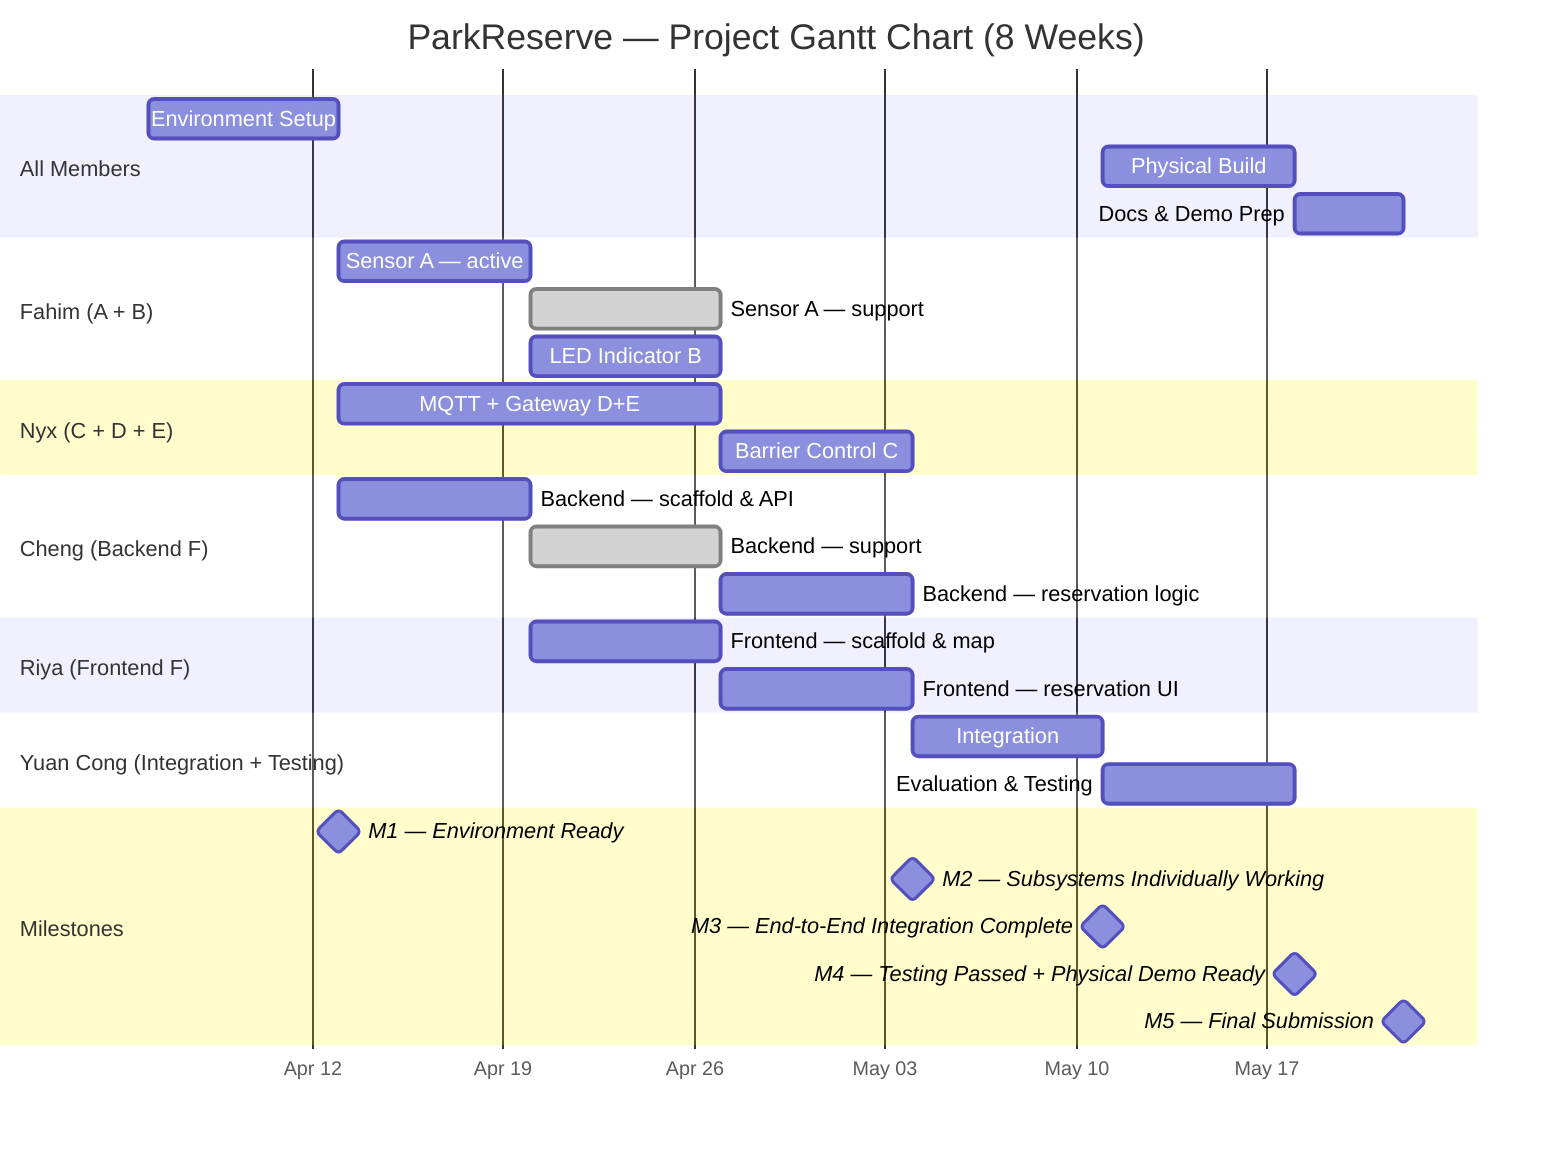
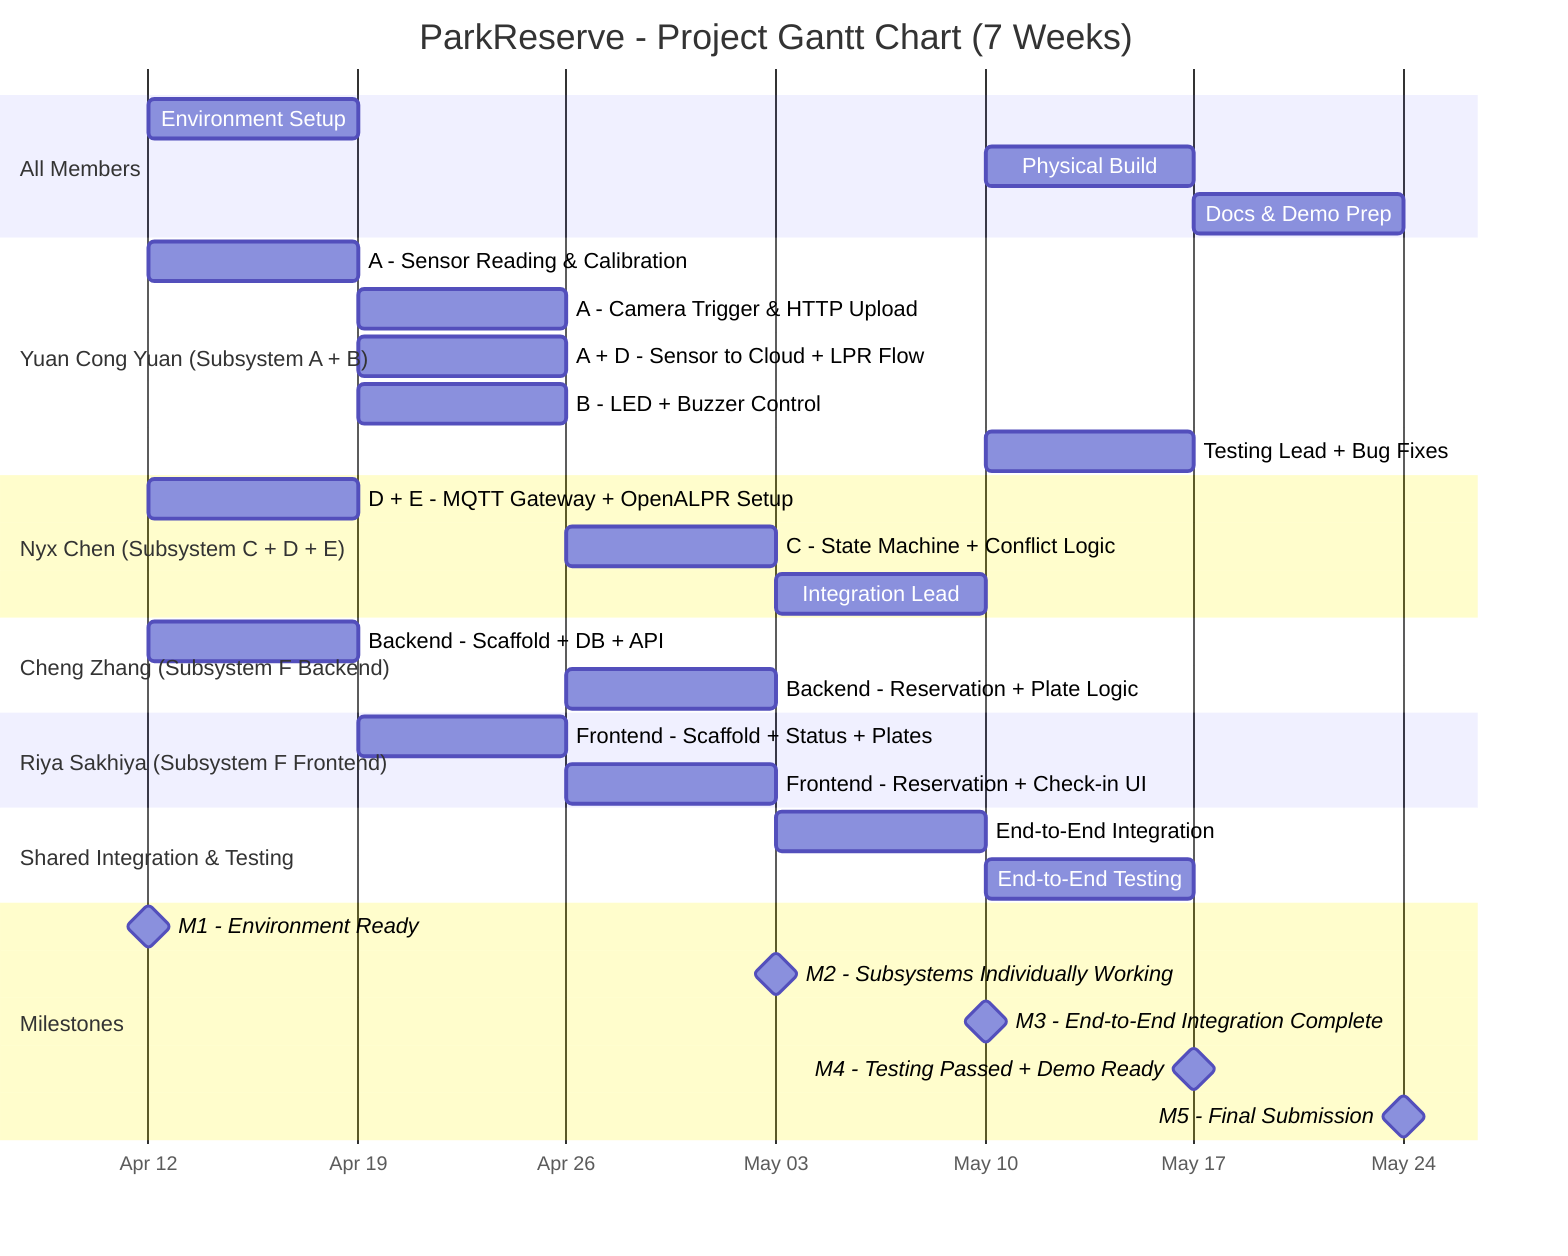
gantt
-     title ParkReserve — Project Gantt Chart (8 Weeks)
+     title ParkReserve - Project Gantt Chart (7 Weeks)
    dateFormat  YYYY-MM-DD
    axisFormat  %b %d
    tickInterval 1week

    section All Members
-     Environment Setup               :env,   2026-04-06, 7d
-     Physical Build                  :phys,  2026-05-11, 7d
-     Docs & Demo Prep                :docs,  2026-05-18, 4d
+     Environment Setup                    :env,   2026-04-12, 7d
+     Physical Build                       :phys,  2026-05-10, 7d
+     Docs & Demo Prep                     :docs,  2026-05-17, 7d

-     section Fahim  (A + B)
-     Sensor A — active               :a1,    2026-04-13, 7d
-     Sensor A — support              :done,  a2, 2026-04-20, 7d
-     LED Indicator B                 :b1,    2026-04-20, 7d
+     section Yuan Cong Yuan (Subsystem A + B)
+     A - Sensor Reading & Calibration     :a1,    2026-04-12, 7d
+     A - Camera Trigger & HTTP Upload     :a2,    2026-04-19, 7d
+     A + D - Sensor to Cloud + LPR Flow   :a3,    2026-04-19, 7d
+     B - LED + Buzzer Control             :b1,    2026-04-19, 7d
+     Testing Lead + Bug Fixes             :yc1,   2026-05-10, 7d

-     section Nyx  (C + D + E)
-     MQTT + Gateway D+E              :de1,   2026-04-13, 14d
-     Barrier Control C               :c1,    2026-04-27, 7d
+     section Nyx Chen (Subsystem C + D + E)
+     D + E - MQTT Gateway + OpenALPR Setup :de1,  2026-04-12, 7d
+     C - State Machine + Conflict Logic   :c1,    2026-04-26, 7d
+     Integration Lead                     :ny1,   2026-05-03, 7d

-     section Cheng  (Backend F)
-     Backend — scaffold & API        :be1,   2026-04-13, 7d
-     Backend — support               :done,  be2, 2026-04-20, 7d
-     Backend — reservation logic     :be3,   2026-04-27, 7d
+     section Cheng Zhang (Subsystem F Backend)
+     Backend - Scaffold + DB + API        :be1,   2026-04-12, 7d
+     Backend - Reservation + Plate Logic  :be2,   2026-04-26, 7d

-     section Riya  (Frontend F)
-     Frontend — scaffold & map       :fe1,   2026-04-20, 7d
-     Frontend — reservation UI       :fe2,   2026-04-27, 7d
+     section Riya Sakhiya (Subsystem F Frontend)
+     Frontend - Scaffold + Status + Plates :fe1,  2026-04-19, 7d
+     Frontend - Reservation + Check-in UI :fe2,   2026-04-26, 7d

-     section Yuan Cong  (Integration + Testing)
-     Integration                     :integ, 2026-05-04, 7d
-     Evaluation & Testing            :test,  2026-05-11, 7d
+     section Shared Integration & Testing
+     End-to-End Integration               :integ, 2026-05-03, 7d
+     End-to-End Testing                   :test,  2026-05-10, 7d

    section Milestones
-     M1 — Environment Ready                   :milestone, m1, 2026-04-13, 0d
-     M2 — Subsystems Individually Working     :milestone, m2, 2026-05-04, 0d
-     M3 — End-to-End Integration Complete     :milestone, m3, 2026-05-11, 0d
-     M4 — Testing Passed + Physical Demo Ready :milestone, m4, 2026-05-18, 0d
-     M5 — Final Submission                    :milestone, m5, 2026-05-22, 0d
+     M1 - Environment Ready               :milestone, m1, 2026-04-12, 0d
+     M2 - Subsystems Individually Working :milestone, m2, 2026-05-03, 0d
+     M3 - End-to-End Integration Complete :milestone, m3, 2026-05-10, 0d
+     M4 - Testing Passed + Demo Ready     :milestone, m4, 2026-05-17, 0d
+     M5 - Final Submission                :milestone, m5, 2026-05-24, 0d
